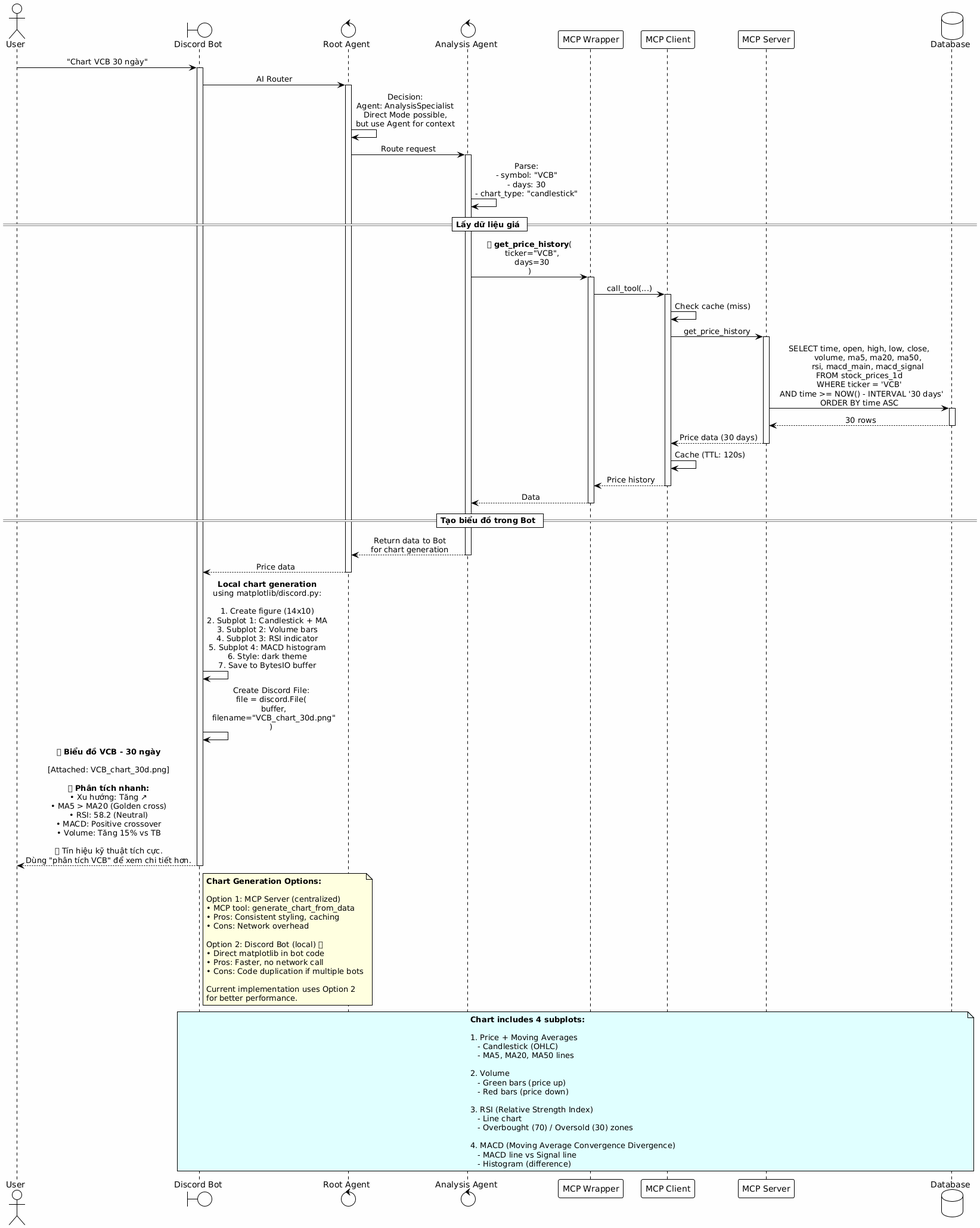
Earlier version of the PlantUML export diagrams/images/sequence_diagrams/sequence_uc7_chart.png (GiangNV-HUST/DATN). Its diagram source:
```plantuml
@startuml
!theme plain
skinparam backgroundColor #FEFEFE
skinparam sequenceMessageAlign center
skinparam shadowing false

actor "User" as User
boundary "Discord Bot" as Bot
control "Root Agent" as Root
control "Analysis Agent" as Analysis
participant "MCP Wrapper" as Wrapper
participant "MCP Client" as Client
participant "MCP Server" as Server
database "Database" as DB

User -> Bot: "Chart VCB 30 ngày"
activate Bot

Bot -> Root: AI Router
activate Root

Root -> Root: Decision:\nAgent: AnalysisSpecialist\nDirect Mode possible,\nbut use Agent for context

Root -> Analysis: Route request
activate Analysis

Analysis -> Analysis: Parse:\n- symbol: "VCB"\n- days: 30\n- chart_type: "candlestick"

== Lấy dữ liệu giá ==

Analysis -> Wrapper: 📊 **get_price_history**(\n  ticker="VCB",\n  days=30\n)
activate Wrapper
Wrapper -> Client: call_tool(...)
activate Client
Client -> Client: Check cache (miss)
Client -> Server: get_price_history
activate Server
Server -> DB: SELECT time, open, high, low, close,\n       volume, ma5, ma20, ma50,\n       rsi, macd_main, macd_signal\nFROM stock_prices_1d\nWHERE ticker = 'VCB'\n  AND time >= NOW() - INTERVAL '30 days'\nORDER BY time ASC
activate DB
DB --> Server: 30 rows
deactivate DB
Server --> Client: Price data (30 days)
deactivate Server
Client -> Client: Cache (TTL: 120s)
Client --> Wrapper: Price history
deactivate Client
Wrapper --> Analysis: Data
deactivate Wrapper

== Tạo biểu đồ trong Bot ==

Analysis --> Root: Return data to Bot\nfor chart generation
deactivate Analysis

Root --> Bot: Price data
deactivate Root

Bot -> Bot: **Local chart generation**\nusing matplotlib/discord.py:\n\n1. Create figure (14x10)\n2. Subplot 1: Candlestick + MA\n3. Subplot 2: Volume bars\n4. Subplot 3: RSI indicator\n5. Subplot 4: MACD histogram\n6. Style: dark theme\n7. Save to BytesIO buffer

Bot -> Bot: Create Discord File:\nfile = discord.File(\n  buffer,\n  filename="VCB_chart_30d.png"\n)

Bot --> User: 📈 **Biểu đồ VCB - 30 ngày**\n\n[Attached: VCB_chart_30d.png]\n\n📊 **Phân tích nhanh:**\n• Xu hướng: Tăng ↗️\n• MA5 > MA20 (Golden cross)\n• RSI: 58.2 (Neutral)\n• MACD: Positive crossover\n• Volume: Tăng 15% vs TB\n\n💡 Tín hiệu kỹ thuật tích cực.\nDùng "phân tích VCB" để xem chi tiết hơn.
deactivate Bot

note right of Bot #LightYellow
  **Chart Generation Options:**

  Option 1: MCP Server (centralized)
  • MCP tool: generate_chart_from_data
  • Pros: Consistent styling, caching
  • Cons: Network overhead

  Option 2: Discord Bot (local) ✅
  • Direct matplotlib in bot code
  • Pros: Faster, no network call
  • Cons: Code duplication if multiple bots

  Current implementation uses Option 2
  for better performance.
end note

note over Bot, DB #LightCyan
  **Chart includes 4 subplots:**

  1. Price + Moving Averages
     - Candlestick (OHLC)
     - MA5, MA20, MA50 lines

  2. Volume
     - Green bars (price up)
     - Red bars (price down)

  3. RSI (Relative Strength Index)
     - Line chart
     - Overbought (70) / Oversold (30) zones

  4. MACD (Moving Average Convergence Divergence)
     - MACD line vs Signal line
     - Histogram (difference)
end note
@enduml
```
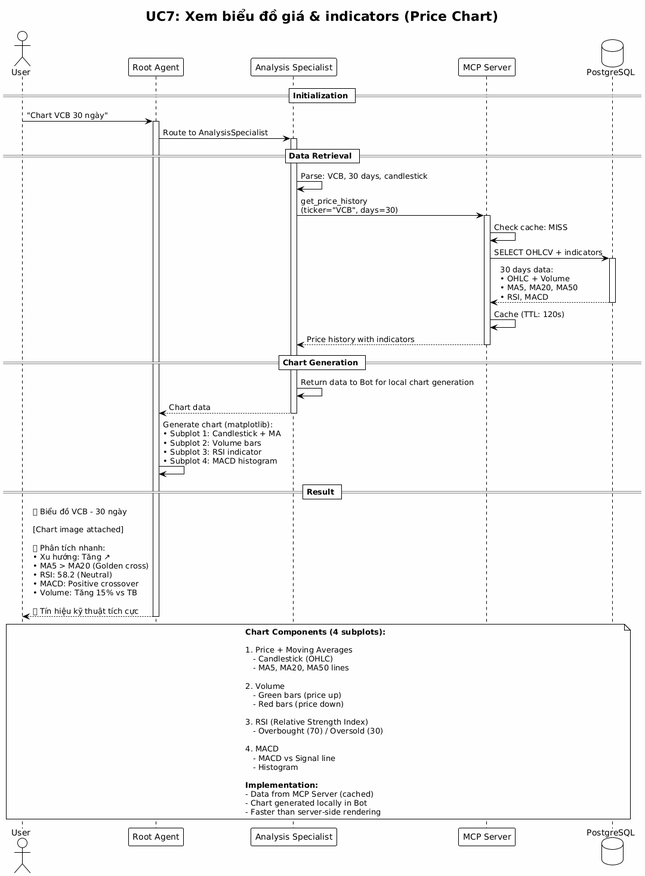
After the change.

Commit message:
refactor: Optimize 5 additional complex sequence diagrams

Diff of the diagram source:
```diff
@@ -1,86 +1,55 @@
 @startuml
+!pragma charset UTF-8
+
 !theme plain
 skinparam backgroundColor #FEFEFE
-skinparam sequenceMessageAlign center
 skinparam shadowing false
+skinparam defaultFontName "Times New Roman"
 
-actor "User" as User
-boundary "Discord Bot" as Bot
-control "Root Agent" as Root
-control "Analysis Agent" as Analysis
-participant "MCP Wrapper" as Wrapper
-participant "MCP Client" as Client
-participant "MCP Server" as Server
-database "Database" as DB
+title UC7: Xem biểu đồ giá & indicators (Price Chart)
 
-User -> Bot: "Chart VCB 30 ngày"
-activate Bot
+actor User
+participant "Root Agent" as Root
+participant "Analysis Specialist" as Analysis
+participant "MCP Server" as MCP
+database "PostgreSQL" as DB
 
-Bot -> Root: AI Router
+== Initialization ==
+User -> Root: "Chart VCB 30 ngày"
 activate Root
-
-Root -> Root: Decision:\nAgent: AnalysisSpecialist\nDirect Mode possible,\nbut use Agent for context
-
-Root -> Analysis: Route request
+Root -> Analysis: Route to AnalysisSpecialist
 activate Analysis
 
-Analysis -> Analysis: Parse:\n- symbol: "VCB"\n- days: 30\n- chart_type: "candlestick"
+== Data Retrieval ==
+Analysis -> Analysis: Parse: VCB, 30 days, candlestick
 
-== Lấy dữ liệu giá ==
+Analysis -> MCP: get_price_history\n(ticker="VCB", days=30)
+activate MCP
+MCP -> MCP: Check cache: MISS
 
-Analysis -> Wrapper: 📊 **get_price_history**(\n  ticker="VCB",\n  days=30\n)
-activate Wrapper
-Wrapper -> Client: call_tool(...)
-activate Client
-Client -> Client: Check cache (miss)
-Client -> Server: get_price_history
-activate Server
-Server -> DB: SELECT time, open, high, low, close,\n       volume, ma5, ma20, ma50,\n       rsi, macd_main, macd_signal\nFROM stock_prices_1d\nWHERE ticker = 'VCB'\n  AND time >= NOW() - INTERVAL '30 days'\nORDER BY time ASC
+MCP -> DB: SELECT OHLCV + indicators
 activate DB
-DB --> Server: 30 rows
+DB --> MCP: 30 days data:\n• OHLC + Volume\n• MA5, MA20, MA50\n• RSI, MACD
 deactivate DB
-Server --> Client: Price data (30 days)
-deactivate Server
-Client -> Client: Cache (TTL: 120s)
-Client --> Wrapper: Price history
-deactivate Client
-Wrapper --> Analysis: Data
-deactivate Wrapper
 
-== Tạo biểu đồ trong Bot ==
+MCP -> MCP: Cache (TTL: 120s)
+MCP --> Analysis: Price history with indicators
+deactivate MCP
 
-Analysis --> Root: Return data to Bot\nfor chart generation
+== Chart Generation ==
+Analysis -> Analysis: Return data to Bot for local chart generation
+
+Analysis --> Root: Chart data
 deactivate Analysis
 
-Root --> Bot: Price data
+Root -> Root: Generate chart (matplotlib):\n• Subplot 1: Candlestick + MA\n• Subplot 2: Volume bars\n• Subplot 3: RSI indicator\n• Subplot 4: MACD histogram
+
+== Result ==
+Root --> User: 📈 Biểu đồ VCB - 30 ngày\n\n[Chart image attached]\n\n📊 Phân tích nhanh:\n• Xu hướng: Tăng ↗️\n• MA5 > MA20 (Golden cross)\n• RSI: 58.2 (Neutral)\n• MACD: Positive crossover\n• Volume: Tăng 15% vs TB\n\n💡 Tín hiệu kỹ thuật tích cực
 deactivate Root
 
-Bot -> Bot: **Local chart generation**\nusing matplotlib/discord.py:\n\n1. Create figure (14x10)\n2. Subplot 1: Candlestick + MA\n3. Subplot 2: Volume bars\n4. Subplot 3: RSI indicator\n5. Subplot 4: MACD histogram\n6. Style: dark theme\n7. Save to BytesIO buffer
-
-Bot -> Bot: Create Discord File:\nfile = discord.File(\n  buffer,\n  filename="VCB_chart_30d.png"\n)
-
-Bot --> User: 📈 **Biểu đồ VCB - 30 ngày**\n\n[Attached: VCB_chart_30d.png]\n\n📊 **Phân tích nhanh:**\n• Xu hướng: Tăng ↗️\n• MA5 > MA20 (Golden cross)\n• RSI: 58.2 (Neutral)\n• MACD: Positive crossover\n• Volume: Tăng 15% vs TB\n\n💡 Tín hiệu kỹ thuật tích cực.\nDùng "phân tích VCB" để xem chi tiết hơn.
-deactivate Bot
-
-note right of Bot #LightYellow
-  **Chart Generation Options:**
-
-  Option 1: MCP Server (centralized)
-  • MCP tool: generate_chart_from_data
-  • Pros: Consistent styling, caching
-  • Cons: Network overhead
-
-  Option 2: Discord Bot (local) ✅
-  • Direct matplotlib in bot code
-  • Pros: Faster, no network call
-  • Cons: Code duplication if multiple bots
-
-  Current implementation uses Option 2
-  for better performance.
-end note
-
-note over Bot, DB #LightCyan
-  **Chart includes 4 subplots:**
+note over User, DB
+  **Chart Components (4 subplots):**
 
   1. Price + Moving Averages
      - Candlestick (OHLC)
@@ -91,11 +60,15 @@
      - Red bars (price down)
 
   3. RSI (Relative Strength Index)
-     - Line chart
-     - Overbought (70) / Oversold (30) zones
+     - Overbought (70) / Oversold (30)
 
-  4. MACD (Moving Average Convergence Divergence)
-     - MACD line vs Signal line
-     - Histogram (difference)
+  4. MACD
+     - MACD vs Signal line
+     - Histogram
+
+  **Implementation:**
+  - Data from MCP Server (cached)
+  - Chart generated locally in Bot
+  - Faster than server-side rendering
 end note
 @enduml
```
